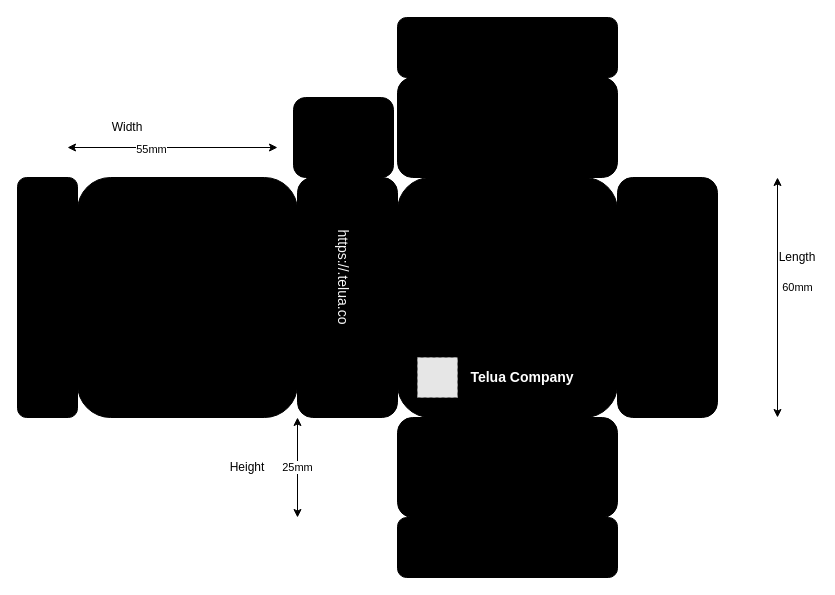
letrthong/sensor_docs keeps this draw.io diagram as hopnhua/box.drawio. Above is the earlier version. Source tidied: cells renumbered, new cells numbered last; positions are measured from the earlier drawing's top-left corner, leaving out a move shared by most shapes. Both pictures are drawn from the tidied source at 100%, with x=0, y=0 at pixel (17, 17). Pictures stored in the file or linked from it are replaced by grey dashed boxes.
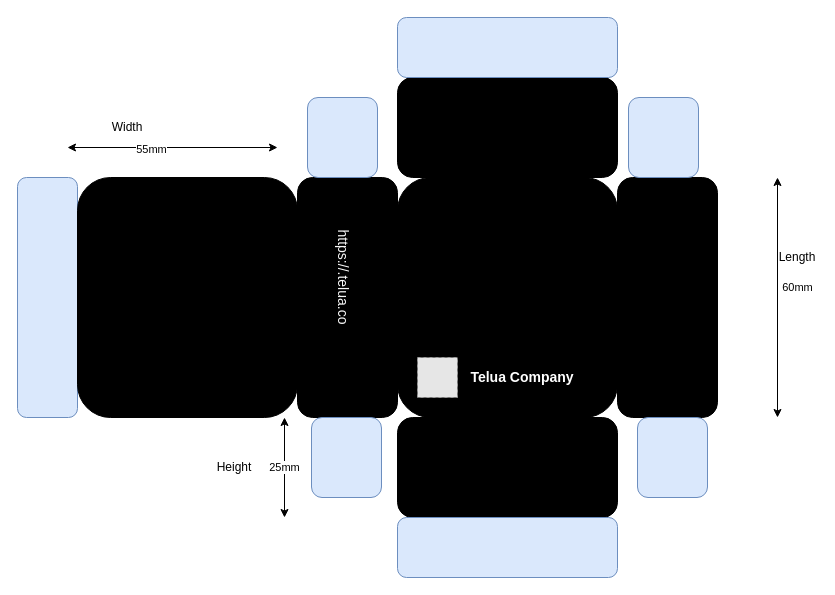
After the change.

Unchanged cells that the change refers to:
```xml
<mxCell id="4" style="rounded=1;whiteSpace=wrap;html=1;strokeColor=#000000;fillColor=#000000;" parent="1" vertex="1">
  <mxGeometry x="280" y="160" width="100" height="240" as="geometry" />
</mxCell>
```

What changed in the source:
```diff
@@
-    <mxCell id="2" style="rounded=1;whiteSpace=wrap;html=1;strokeColor=#000000;fillColor=#000000;" parent="1" vertex="1">
+    <mxCell id="2" style="rounded=1;whiteSpace=wrap;html=1;strokeColor=#6c8ebf;fillColor=#dae8fc;" parent="1" vertex="1">
       <mxGeometry y="160" width="60" height="240" as="geometry" />
     </mxCell>
@@
-    <mxCell id="7" style="rounded=1;whiteSpace=wrap;html=1;strokeColor=#000000;fillColor=#000000;" parent="1" vertex="1">
-      <mxGeometry x="276" y="80" width="100" height="80" as="geometry" />
+    <mxCell id="7" style="rounded=1;whiteSpace=wrap;html=1;strokeColor=#6c8ebf;fillColor=#dae8fc;" parent="1" vertex="1">
+      <mxGeometry x="290" y="80" width="70" height="80" as="geometry" />
     </mxCell>
@@
-    <mxCell id="9" style="rounded=1;whiteSpace=wrap;html=1;strokeColor=#000000;fillColor=#000000;" parent="1" vertex="1">
+    <mxCell id="9" style="rounded=1;whiteSpace=wrap;html=1;strokeColor=#6c8ebf;fillColor=#dae8fc;" parent="1" vertex="1">
       <mxGeometry x="380" width="220" height="60" as="geometry" />
     </mxCell>
@@
-    <mxCell id="11" style="rounded=1;whiteSpace=wrap;html=1;strokeColor=#000000;fillColor=#000000;" parent="1" vertex="1">
+    <mxCell id="11" style="rounded=1;whiteSpace=wrap;html=1;strokeColor=#6c8ebf;fillColor=#dae8fc;" parent="1" vertex="1">
       <mxGeometry x="380" y="500" width="220" height="60" as="geometry" />
     </mxCell>
@@
-    <mxCell id="16" value="25mm" style="endArrow=classic;startArrow=classic;html=1;entryX=0;entryY=1;entryDx=0;entryDy=0;" parent="1" edge="1" target="4">
+    <mxCell id="16" value="25mm" style="endArrow=classic;startArrow=classic;html=1;entryX=0;entryY=1;entryDx=0;entryDy=0;" parent="1" edge="1">
       <mxGeometry relative="1" as="geometry">
-        <mxPoint x="280" y="500" as="sourcePoint" />
+        <mxPoint x="267" y="500" as="sourcePoint" />
+        <mxPoint x="267" y="400" as="targetPoint" />
       </mxGeometry>
     </mxCell>
@@
     <mxCell id="19" value="Height" style="text;html=1;strokeColor=none;fillColor=none;align=center;verticalAlign=middle;whiteSpace=wrap;rounded=0;" parent="1" vertex="1">
-      <mxGeometry x="210" y="440" width="40" height="20" as="geometry" />
+      <mxGeometry x="197" y="440" width="40" height="20" as="geometry" />
     </mxCell>
@@
+    <mxCell id="22" style="rounded=1;whiteSpace=wrap;html=1;strokeColor=#6c8ebf;fillColor=#dae8fc;" parent="1" vertex="1">
+      <mxGeometry x="294" y="400" width="70" height="80" as="geometry" />
+    </mxCell>
+    <mxCell id="23" style="rounded=1;whiteSpace=wrap;html=1;strokeColor=#6c8ebf;fillColor=#dae8fc;" parent="1" vertex="1">
+      <mxGeometry x="611" y="80" width="70" height="80" as="geometry" />
+    </mxCell>
+    <mxCell id="24" style="rounded=1;whiteSpace=wrap;html=1;strokeColor=#6c8ebf;fillColor=#dae8fc;" parent="1" vertex="1">
+      <mxGeometry x="620" y="400" width="70" height="80" as="geometry" />
+    </mxCell>
```
